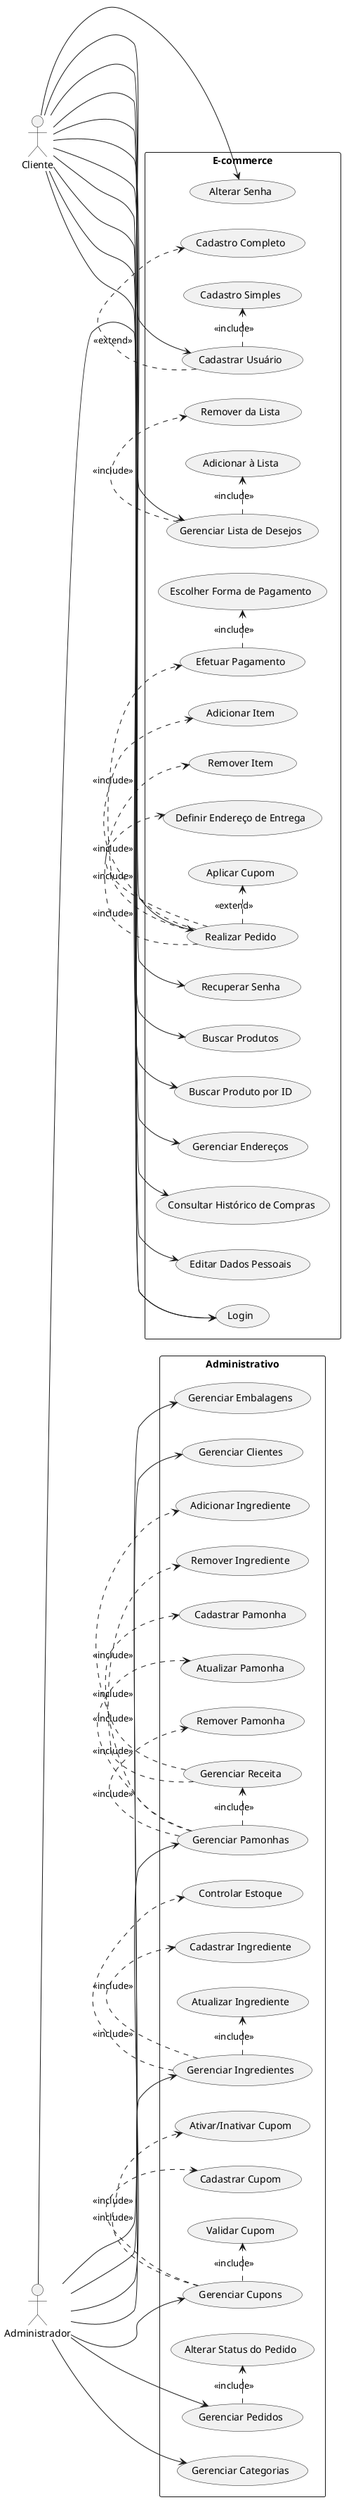
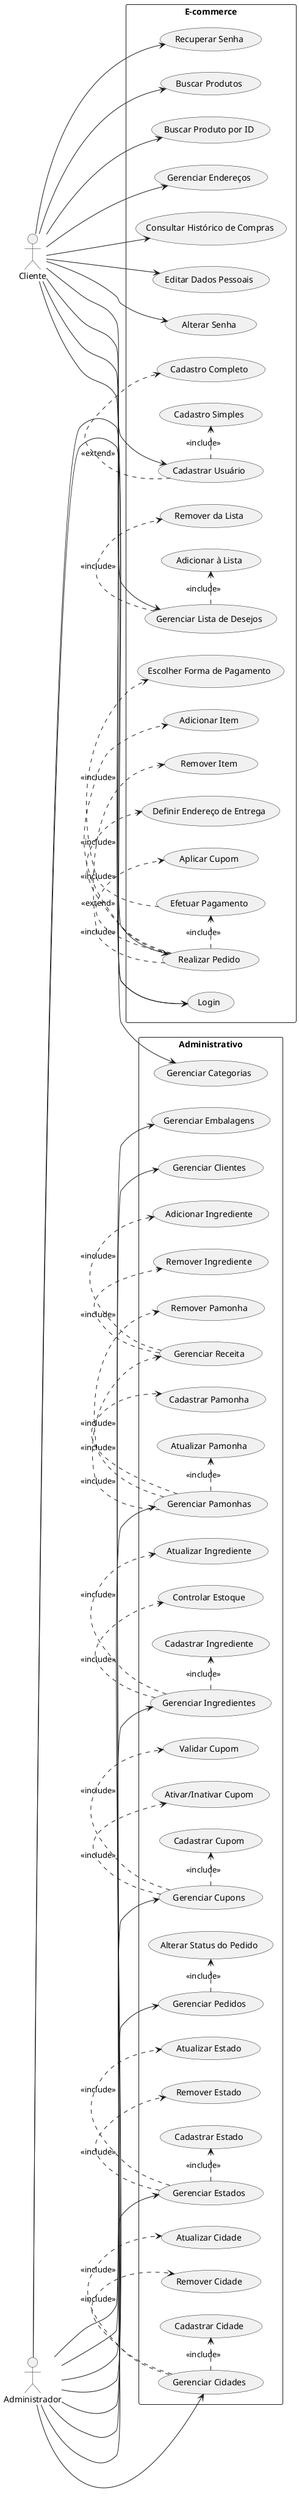
@startuml casosDeUso
left to right direction

actor Cliente
actor Administrador

rectangle "E-commerce" {

  ' --- Acesso ---
  Cliente --> (Login)
  Cliente --> (Cadastrar Usuário)
  Cliente --> (Recuperar Senha)

  (Cadastrar Usuário) .> (Cadastro Simples) : <<include>>
  (Cadastrar Usuário) .> (Cadastro Completo) : <<extend>>

  ' --- Catálogo ---
  Cliente --> (Buscar Produtos)
  Cliente --> (Buscar Produto por ID)

  ' --- Área do Cliente ---
  Cliente --> (Gerenciar Lista de Desejos)
  Cliente --> (Gerenciar Endereços)
  Cliente --> (Realizar Pedido)
  Cliente --> (Consultar Histórico de Compras)
  Cliente --> (Editar Dados Pessoais)
  Cliente --> (Alterar Senha)

  (Gerenciar Lista de Desejos) .> (Adicionar à Lista) : <<include>>
  (Gerenciar Lista de Desejos) .> (Remover da Lista) : <<include>>

  (Realizar Pedido) .> (Adicionar Item) : <<include>>
  (Realizar Pedido) .> (Remover Item) : <<include>>
  (Realizar Pedido) .> (Definir Endereço de Entrega) : <<include>>
  (Realizar Pedido) .> (Efetuar Pagamento) : <<include>>
  (Realizar Pedido) .> (Aplicar Cupom) : <<extend>>

  (Efetuar Pagamento) .> (Escolher Forma de Pagamento) : <<include>>
}

rectangle "Administrativo" {

  ' --- Acesso ---
  Administrador --> (Login)

  ' --- Gestão ---
  Administrador --> (Gerenciar Pamonhas)
  Administrador --> (Gerenciar Ingredientes)
  Administrador --> (Gerenciar Categorias)
  Administrador --> (Gerenciar Embalagens)
  Administrador --> (Gerenciar Cupons)
  Administrador --> (Gerenciar Clientes)
  Administrador --> (Gerenciar Pedidos)

  (Gerenciar Pamonhas) .> (Cadastrar Pamonha) : <<include>>
  (Gerenciar Pamonhas) .> (Atualizar Pamonha) : <<include>>
  (Gerenciar Pamonhas) .> (Remover Pamonha) : <<include>>
  (Gerenciar Pamonhas) .> (Gerenciar Receita) : <<include>>

  (Gerenciar Receita) .> (Adicionar Ingrediente) : <<include>>
  (Gerenciar Receita) .> (Remover Ingrediente) : <<include>>

  (Gerenciar Ingredientes) .> (Cadastrar Ingrediente) : <<include>>
  (Gerenciar Ingredientes) .> (Atualizar Ingrediente) : <<include>>
  (Gerenciar Ingredientes) .> (Controlar Estoque) : <<include>>

  (Gerenciar Cupons) .> (Cadastrar Cupom) : <<include>>
  (Gerenciar Cupons) .> (Validar Cupom) : <<include>>
  (Gerenciar Cupons) .> (Ativar/Inativar Cupom) : <<include>>

  (Gerenciar Pedidos) .> (Alterar Status do Pedido) : <<include>>
+ 
+   Administrador --> (Gerenciar Estados)
+   Administrador --> (Gerenciar Cidades)
+ 
+   (Gerenciar Estados) .> (Cadastrar Estado) : <<include>>
+   (Gerenciar Estados) .> (Atualizar Estado) : <<include>>
+   (Gerenciar Estados) .> (Remover Estado) : <<include>>
+ 
+   (Gerenciar Cidades) .> (Cadastrar Cidade) : <<include>>
+   (Gerenciar Cidades) .> (Atualizar Cidade) : <<include>>
+   (Gerenciar Cidades) .> (Remover Cidade) : <<include>>
}

@enduml
